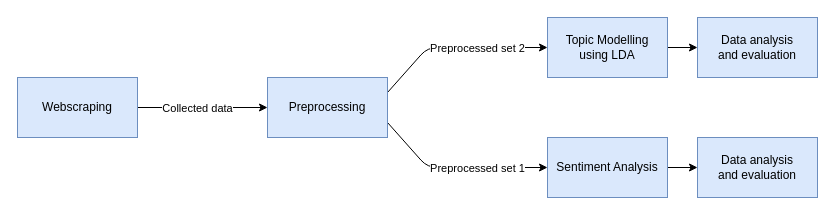
Before: Thesis/Project/thesis/resources/methodology.drawio in MundherAl/BachelorThesis, a draw.io diagram. Source tidied: cells renumbered, new cells numbered last; positions are measured from the earlier drawing's top-left corner, leaving out a move shared by most shapes. Both pictures are drawn from the tidied source at 100%, with x=0, y=0 at pixel (17, 17).
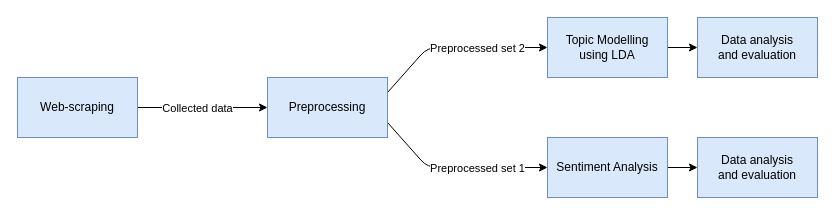
The same diagram, later.

What changed in the source:
```diff
@@
-    <mxCell id="4" value="Webscraping" style="whiteSpace=wrap;html=1;fillColor=#dae8fc;strokeColor=#6c8ebf;" parent="1" vertex="1">
+    <mxCell id="4" value="Web-scraping" style="whiteSpace=wrap;html=1;fillColor=#dae8fc;strokeColor=#6c8ebf;" parent="1" vertex="1">
       <mxGeometry y="60" width="120" height="60" as="geometry" />
     </mxCell>
```
